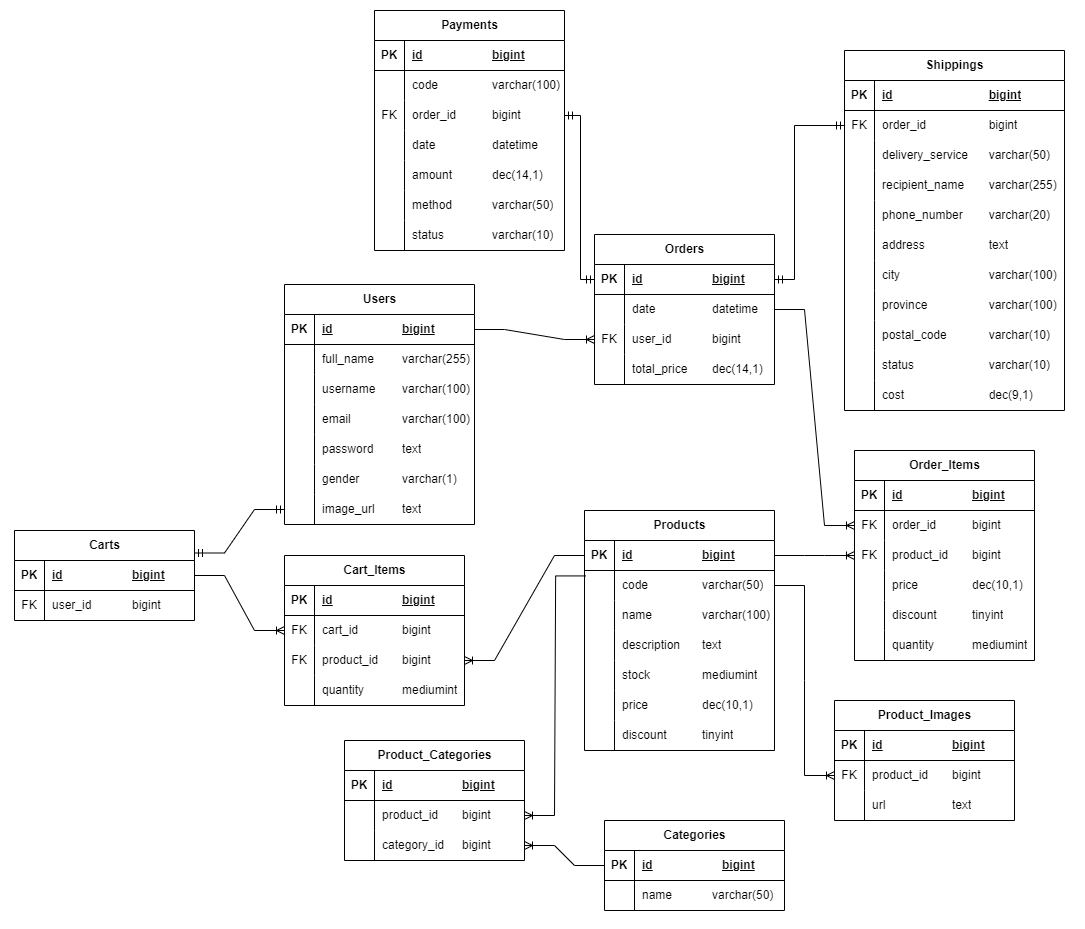
Above: erd.png in fazriegi/skilvul_Online-Retail-Database (draw.io), before the change. Source tidied: cells renumbered, new cells last; positions are measured from the earlier drawing's top-left corner, leaving out a move shared by most shapes.
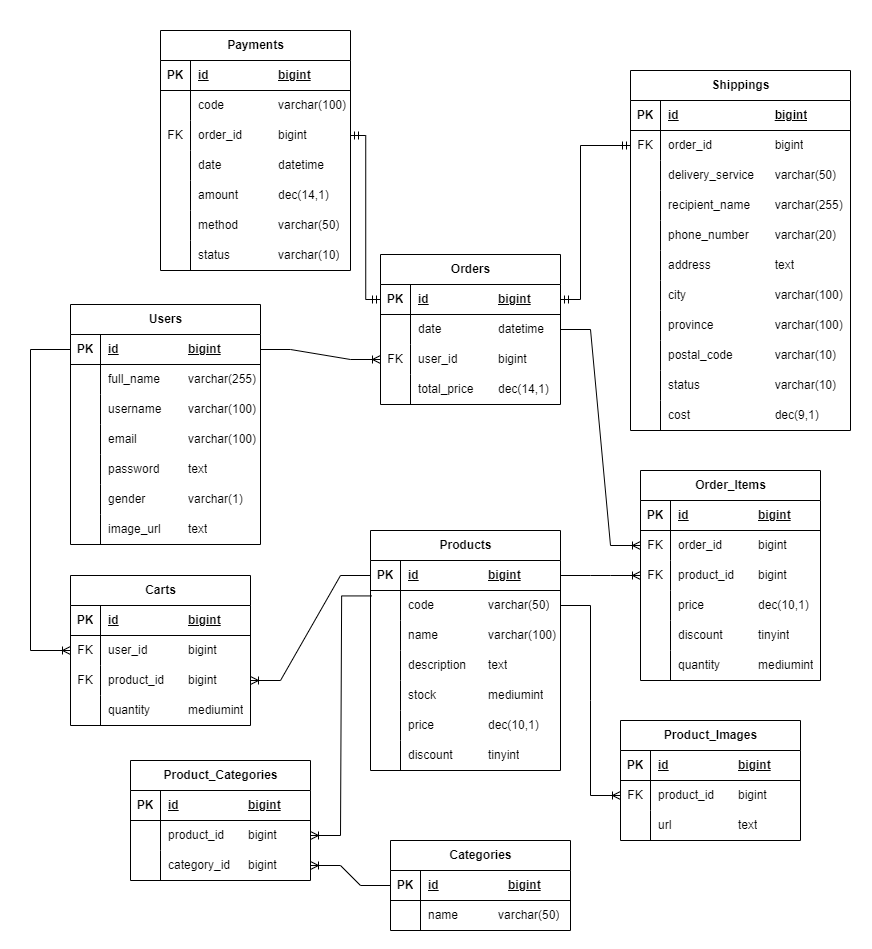
After the commit.

Commit message:
delete cart_items table

The edit, as a diff of the source:
```diff
@@ -479,27 +479,6 @@
     <mxCell id="160" value="category_id&lt;span style=&quot;white-space: pre;&quot;&gt;&#9;&lt;/span&gt;bigint" style="shape=partialRectangle;fillColor=none;top=0;left=0;bottom=0;right=0;align=left;spacingLeft=6;overflow=hidden;whiteSpace=wrap;html=1;" parent="158" vertex="1">
       <mxGeometry x="30" width="150" height="30" as="geometry" />
     </mxCell>
-    <mxCell id="161" value="Carts" style="shape=table;startSize=30;rowLines=0;fontStyle=1;align=center;html=1;" parent="1" vertex="1">
-      <mxGeometry x="14" y="530" width="180" height="90" as="geometry" />
-    </mxCell>
-    <mxCell id="162" style="shape=tableRow;horizontal=0;startSize=0;swimlaneHead=0;swimlaneBody=0;fillColor=none;points=[[0,0.5],[1,0.5]];portConstraint=eastwest;top=0;left=0;right=0;bottom=1;" parent="161" vertex="1">
-      <mxGeometry y="30" width="180" height="30" as="geometry" />
-    </mxCell>
-    <mxCell id="163" value="PK" style="shape=partialRectangle;fillColor=none;top=0;left=0;bottom=0;right=0;fontStyle=1;overflow=hidden;whiteSpace=wrap;html=1;" parent="162" vertex="1">
-      <mxGeometry width="30" height="30" as="geometry" />
-    </mxCell>
-    <mxCell id="164" value="id&lt;span style=&quot;white-space: pre;&quot;&gt;&#9;&lt;/span&gt;&lt;span style=&quot;white-space: pre;&quot;&gt;&#9;&lt;/span&gt;&lt;span style=&quot;white-space: pre;&quot;&gt;&#9;&lt;/span&gt;bigint" style="shape=partialRectangle;fillColor=none;top=0;left=0;bottom=0;right=0;align=left;spacingLeft=6;fontStyle=5;overflow=hidden;whiteSpace=wrap;html=1;" parent="162" vertex="1">
-      <mxGeometry x="30" width="150" height="30" as="geometry" />
-    </mxCell>
-    <mxCell id="165" style="shape=tableRow;horizontal=0;startSize=0;swimlaneHead=0;swimlaneBody=0;fillColor=none;top=0;left=0;right=0;bottom=0;" parent="161" vertex="1">
-      <mxGeometry y="60" width="180" height="30" as="geometry" />
-    </mxCell>
-    <mxCell id="166" value="FK" style="shape=partialRectangle;fillColor=none;top=0;left=0;bottom=0;right=0;overflow=hidden;whiteSpace=wrap;html=1;" parent="165" vertex="1">
-      <mxGeometry width="30" height="30" as="geometry" />
-    </mxCell>
-    <mxCell id="167" value="user_id&lt;span style=&quot;white-space: pre;&quot;&gt;&#9;&lt;/span&gt;&lt;span style=&quot;white-space: pre;&quot;&gt;&#9;&lt;/span&gt;bigint" style="shape=partialRectangle;fillColor=none;top=0;left=0;bottom=0;right=0;align=left;spacingLeft=6;overflow=hidden;whiteSpace=wrap;html=1;" parent="165" vertex="1">
-      <mxGeometry x="30" width="150" height="30" as="geometry" />
-    </mxCell>
     <mxCell id="168" style="edgeStyle=entityRelationEdgeStyle;fontSize=12;html=1;endArrow=ERoneToMany;rounded=0;entryX=0;entryY=0.5;entryDx=0;entryDy=0;" parent="1" edge="1" source="3" target="70">
       <mxGeometry relative="1" as="geometry" />
     </mxCell>
@@ -521,10 +500,7 @@
     <mxCell id="174" style="edgeStyle=entityRelationEdgeStyle;fontSize=12;html=1;endArrow=ERoneToMany;rounded=0;exitX=0;exitY=0.5;exitDx=0;exitDy=0;entryX=1;entryY=0.5;entryDx=0;entryDy=0;" parent="1" edge="1" source="47" target="158">
       <mxGeometry relative="1" as="geometry" />
     </mxCell>
-    <mxCell id="175" style="edgeStyle=entityRelationEdgeStyle;fontSize=12;html=1;endArrow=ERmandOne;startArrow=ERmandOne;rounded=0;exitX=0;exitY=0.5;exitDx=0;exitDy=0;entryX=1;entryY=0.25;entryDx=0;entryDy=0;" parent="1" edge="1" source="21" target="161">
-      <mxGeometry relative="1" as="geometry" />
-    </mxCell>
-    <mxCell id="176" value="Cart_Items" style="shape=table;startSize=30;rowLines=0;fontStyle=1;align=center;html=1;" parent="1" vertex="1">
+    <mxCell id="176" value="Carts" style="shape=table;startSize=30;rowLines=0;fontStyle=1;align=center;html=1;" parent="1" vertex="1">
       <mxGeometry x="284" y="555" width="180" height="150" as="geometry" />
     </mxCell>
     <mxCell id="177" style="shape=tableRow;horizontal=0;startSize=0;swimlaneHead=0;swimlaneBody=0;fillColor=none;top=0;left=0;right=0;bottom=1;" parent="176" vertex="1">
@@ -542,7 +518,7 @@
     <mxCell id="181" value="FK" style="shape=partialRectangle;fillColor=none;top=0;left=0;bottom=0;right=0;overflow=hidden;whiteSpace=wrap;html=1;" parent="180" vertex="1">
       <mxGeometry width="30" height="30" as="geometry" />
     </mxCell>
-    <mxCell id="182" value="cart_id&lt;span style=&quot;white-space: pre;&quot;&gt;&#9;&lt;/span&gt;&lt;span style=&quot;white-space: pre;&quot;&gt;&#9;&lt;/span&gt;bigint" style="shape=partialRectangle;fillColor=none;top=0;left=0;bottom=0;right=0;align=left;spacingLeft=6;overflow=hidden;whiteSpace=wrap;html=1;" parent="180" vertex="1">
+    <mxCell id="182" value="user_id&lt;span style=&quot;white-space: pre;&quot;&gt;&#9;&lt;/span&gt;&lt;span style=&quot;white-space: pre;&quot;&gt;&#9;&lt;/span&gt;bigint" style="shape=partialRectangle;fillColor=none;top=0;left=0;bottom=0;right=0;align=left;spacingLeft=6;overflow=hidden;whiteSpace=wrap;html=1;" parent="180" vertex="1">
       <mxGeometry x="30" width="150" height="30" as="geometry" />
     </mxCell>
     <mxCell id="183" style="shape=tableRow;horizontal=0;startSize=0;swimlaneHead=0;swimlaneBody=0;fillColor=none;points=[[0,0.5],[1,0.5]];portConstraint=eastwest;top=0;left=0;right=0;bottom=0;" parent="176" vertex="1">
@@ -563,8 +539,12 @@
     <mxCell id="188" value="quantity&lt;span style=&quot;white-space: pre;&quot;&gt;&#9;&lt;/span&gt;&lt;span style=&quot;white-space: pre;&quot;&gt;&#9;&lt;/span&gt;mediumint" style="shape=partialRectangle;fillColor=none;top=0;left=0;bottom=0;right=0;align=left;spacingLeft=6;overflow=hidden;whiteSpace=wrap;html=1;" parent="186" vertex="1">
       <mxGeometry x="30" width="150" height="30" as="geometry" />
     </mxCell>
-    <mxCell id="189" style="edgeStyle=entityRelationEdgeStyle;fontSize=12;html=1;endArrow=ERoneToMany;rounded=0;exitX=1;exitY=0.5;exitDx=0;exitDy=0;entryX=0;entryY=0.5;entryDx=0;entryDy=0;" parent="1" edge="1" source="162" target="180">
-      <mxGeometry relative="1" as="geometry" />
+    <mxCell id="189" style="edgeStyle=elbowEdgeStyle;fontSize=12;html=1;endArrow=ERoneToMany;rounded=0;" parent="1" edge="1" source="3" target="180">
+      <mxGeometry relative="1" as="geometry">
+        <Array as="points">
+          <mxPoint x="244" y="480" />
+        </Array>
+      </mxGeometry>
     </mxCell>
     <mxCell id="190" style="edgeStyle=entityRelationEdgeStyle;fontSize=12;html=1;endArrow=ERoneToMany;rounded=0;exitX=0;exitY=0.5;exitDx=0;exitDy=0;entryX=1;entryY=0.5;entryDx=0;entryDy=0;" parent="1" edge="1" source="25" target="183">
       <mxGeometry relative="1" as="geometry" />
@@ -577,7 +557,7 @@
       </mxGeometry>
     </mxCell>
     <mxCell id="192" style="rounded=0;whiteSpace=wrap;html=1;strokeColor=none;" parent="1" vertex="1">
-      <mxGeometry width="120" height="60" as="geometry" />
+      <mxGeometry x="214" y="-20" width="120" height="60" as="geometry" />
     </mxCell>
     <mxCell id="193" style="rounded=0;whiteSpace=wrap;html=1;strokeColor=none;" parent="1" vertex="1">
       <mxGeometry x="965" y="869" width="120" height="60" as="geometry" />
```
